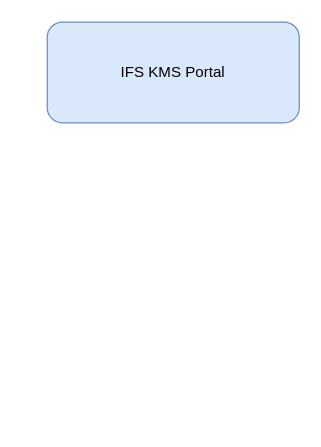
Before: aksk-for-ifs-kms.drawio in YanshanSong/draw.io, a draw.io diagram. Source tidied: cells renumbered, new cells numbered last; positions are measured from the earlier drawing's top-left corner, leaving out a move shared by most shapes. Both pictures are drawn from the tidied source at 126%, with x=0, y=0 at pixel (47, 21).
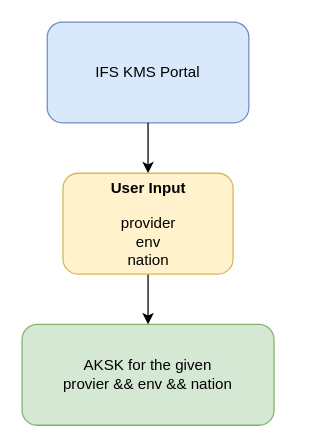
The same diagram, later.

Change to the diagram source:
```diff
@@
 <mxGraphModel>
   <root>
     <mxCell id="0" />
     <mxCell id="1" parent="0" />
     <mxCell id="2" value="&lt;div&gt;&lt;br&gt;&lt;/div&gt;IFS KMS Portal&lt;div&gt;&lt;br&gt;&lt;/div&gt;" style="rounded=1;whiteSpace=wrap;html=1;fillColor=#dae8fc;strokeColor=#6c8ebf;" parent="1" vertex="1">
-      <mxGeometry width="200" height="80" as="geometry" />
+      <mxGeometry width="160" height="80" as="geometry" />
     </mxCell>
+    <mxCell id="3" style="endArrow=classic;html=1;rounded=0;exitX=0.5;exitY=1;exitDx=0;exitDy=0;" parent="1" edge="1" source="2">
+      <mxGeometry relative="1" as="geometry">
+        <mxPoint x="80" y="120" as="targetPoint" />
+      </mxGeometry>
+    </mxCell>
+    <mxCell id="4" style="edgeStyle=orthogonalEdgeStyle;rounded=0;jettySize=auto;html=1;" parent="1" edge="1" source="5">
+      <mxGeometry relative="1" as="geometry">
+        <mxPoint x="80" y="240" as="targetPoint" />
+      </mxGeometry>
+    </mxCell>
+    <mxCell id="5" value="&lt;div&gt;&lt;span style=&quot;background-color: initial;&quot;&gt;&lt;br&gt;&lt;/span&gt;&lt;/div&gt;&lt;div&gt;&lt;span style=&quot;background-color: initial;&quot;&gt;&lt;br&gt;&lt;/span&gt;&lt;/div&gt;&lt;div&gt;&lt;span style=&quot;background-color: initial;&quot;&gt;&lt;b&gt;User Input&lt;/b&gt;&lt;/span&gt;&lt;br&gt;&lt;/div&gt;&lt;div&gt;&lt;span style=&quot;background-color: initial;&quot;&gt;&lt;br&gt;&lt;/span&gt;&lt;/div&gt;&lt;div&gt;provider&lt;/div&gt;&lt;div&gt;env&lt;/div&gt;&lt;div&gt;nation&lt;br&gt;&lt;div&gt;&lt;br&gt;&lt;/div&gt;&lt;div&gt;&lt;br&gt;&lt;/div&gt;&lt;/div&gt;" style="rounded=1;whiteSpace=wrap;html=1;fillColor=#fff2cc;strokeColor=#d6b656;" parent="1" vertex="1">
+      <mxGeometry x="12.5" y="120" width="135" height="80" as="geometry" />
+    </mxCell>
+    <mxCell id="6" value="AKSK for the given&lt;div&gt;provier &amp;amp;&amp;amp; env &amp;amp;&amp;amp; nation&lt;/div&gt;" style="rounded=1;whiteSpace=wrap;html=1;fillColor=#d5e8d4;strokeColor=#82b366;" parent="1" vertex="1">
+      <mxGeometry x="-20" y="240" width="200" height="80" as="geometry" />
+    </mxCell>
   </root>
 </mxGraphModel>
```
